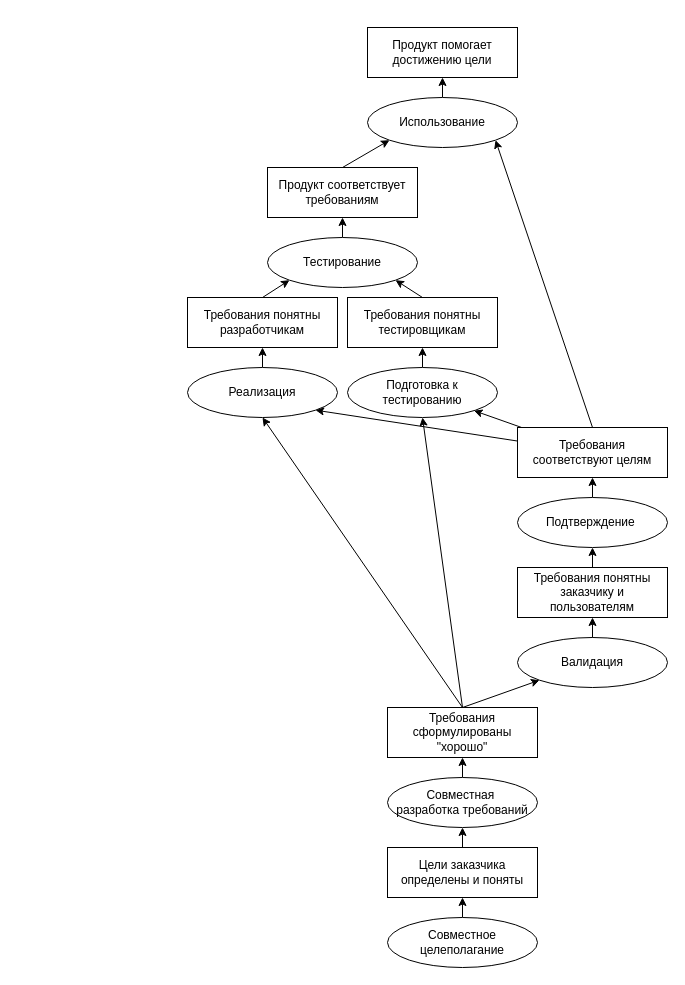
Above: success-history.drawio in chaetal/why-test-first (draw.io), before the change. Source tidied: cells renumbered, new cells numbered last; positions are measured from the earlier drawing's top-left corner, leaving out a move shared by most shapes. Both pictures are drawn from the tidied source at 100%, with x=0, y=0 at pixel (187, 27).
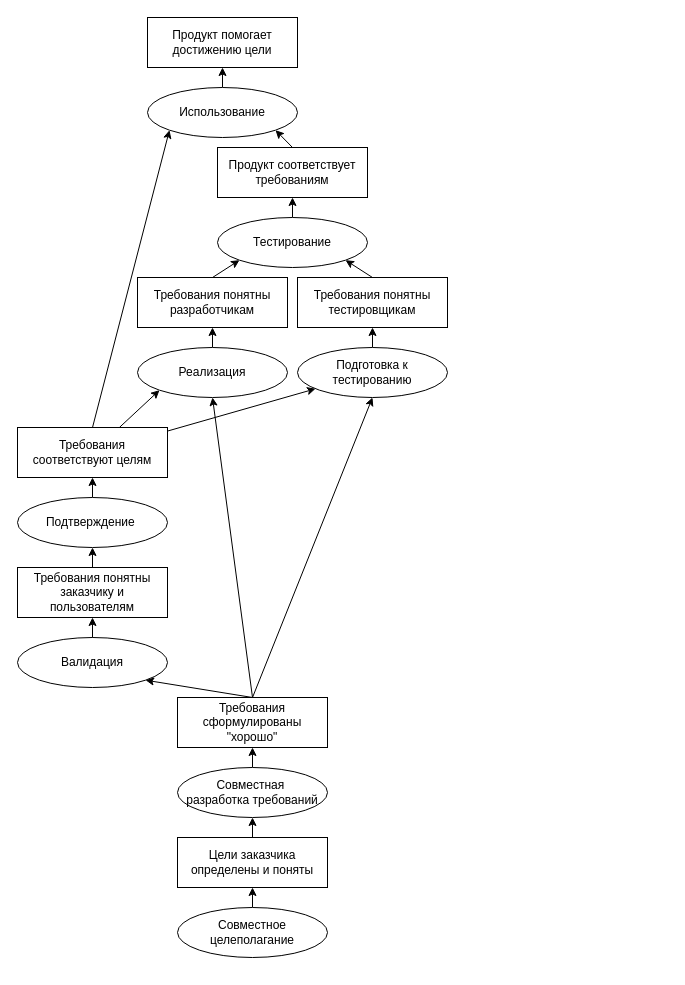
The same page after the edit.

The edit, as a diff of the source:
```diff
@@
     <mxCell id="2" value="Продукт соответствует требованиям" style="rounded=0;whiteSpace=wrap;html=1;" parent="1" vertex="1">
-      <mxGeometry x="80" y="140" width="150" height="50" as="geometry" />
+      <mxGeometry x="30" y="120" width="150" height="50" as="geometry" />
     </mxCell>
@@
-    <mxCell id="4" style="rounded=0;jettySize=auto;html=1;entryX=1;entryY=1;entryDx=0;entryDy=0;" parent="1" edge="1" source="5" target="26">
+    <mxCell id="4" style="rounded=0;jettySize=auto;html=1;entryX=0;entryY=1;entryDx=0;entryDy=0;" parent="1" edge="1" source="5" target="26">
       <mxGeometry relative="1" as="geometry" />
     </mxCell>
     <mxCell id="5" value="Требования соответствуют целям" style="rounded=0;whiteSpace=wrap;html=1;" parent="1" vertex="1">
-      <mxGeometry x="330" y="400" width="150" height="50" as="geometry" />
+      <mxGeometry x="-170" y="400" width="150" height="50" as="geometry" />
     </mxCell>
@@
     <mxCell id="7" value="Требования понятны разработчикам" style="whiteSpace=wrap;html=1;" parent="1" vertex="1">
-      <mxGeometry y="270" width="150" height="50" as="geometry" />
+      <mxGeometry x="-50" y="250" width="150" height="50" as="geometry" />
     </mxCell>
@@
     <mxCell id="9" value="Требования понятны тестировщикам" style="whiteSpace=wrap;html=1;" parent="1" vertex="1">
-      <mxGeometry x="160" y="270" width="150" height="50" as="geometry" />
+      <mxGeometry x="110" y="250" width="150" height="50" as="geometry" />
     </mxCell>
@@
-    <mxCell id="12" style="rounded=0;jettySize=auto;html=1;exitX=0.5;exitY=0;exitDx=0;exitDy=0;entryX=0;entryY=1;entryDx=0;entryDy=0;" parent="1" edge="1" source="13" target="32">
+    <mxCell id="12" style="rounded=0;jettySize=auto;html=1;exitX=0.5;exitY=0;exitDx=0;exitDy=0;entryX=1;entryY=1;entryDx=0;entryDy=0;" parent="1" edge="1" source="13" target="32">
       <mxGeometry relative="1" as="geometry" />
     </mxCell>
     <mxCell id="13" value="Требования сформулированы &quot;хорошо&quot;" style="whiteSpace=wrap;html=1;" parent="1" vertex="1">
-      <mxGeometry x="200" y="680" width="150" height="50" as="geometry" />
+      <mxGeometry x="-10" y="670" width="150" height="50" as="geometry" />
     </mxCell>
@@
     <mxCell id="15" value="Цели заказчика определены и поняты" style="whiteSpace=wrap;html=1;" parent="1" vertex="1">
-      <mxGeometry x="200" y="820" width="150" height="50" as="geometry" />
+      <mxGeometry x="-10" y="810" width="150" height="50" as="geometry" />
     </mxCell>
     <mxCell id="16" value="Продукт помогает достижению цели" style="rounded=0;whiteSpace=wrap;html=1;" parent="1" vertex="1">
-      <mxGeometry x="180" width="150" height="50" as="geometry" />
+      <mxGeometry x="-40" y="-10" width="150" height="50" as="geometry" />
     </mxCell>
-    <mxCell id="17" style="endArrow=classic;html=1;rounded=0;exitX=0.5;exitY=0;exitDx=0;exitDy=0;entryX=0;entryY=1;entryDx=0;entryDy=0;" parent="1" edge="1" source="2" target="20">
+    <mxCell id="17" style="endArrow=classic;html=1;rounded=0;exitX=0.5;exitY=0;exitDx=0;exitDy=0;entryX=1;entryY=1;entryDx=0;entryDy=0;" parent="1" edge="1" source="2" target="20">
       <mxGeometry relative="1" as="geometry" />
     </mxCell>
-    <mxCell id="18" style="endArrow=classic;html=1;rounded=0;exitX=0.5;exitY=0;exitDx=0;exitDy=0;entryX=1;entryY=1;entryDx=0;entryDy=0;" parent="1" edge="1" source="5" target="20">
+    <mxCell id="18" style="endArrow=classic;html=1;rounded=0;exitX=0.5;exitY=0;exitDx=0;exitDy=0;entryX=0;entryY=1;entryDx=0;entryDy=0;" parent="1" edge="1" source="5" target="20">
       <mxGeometry relative="1" as="geometry" />
     </mxCell>
@@
     <mxCell id="20" value="Использование" style="ellipse;whiteSpace=wrap;html=1;" parent="1" vertex="1">
-      <mxGeometry x="180" y="70" width="150" height="50" as="geometry" />
+      <mxGeometry x="-40" y="60" width="150" height="50" as="geometry" />
     </mxCell>
@@
     <mxCell id="22" value="Тестирование" style="ellipse;whiteSpace=wrap;html=1;" parent="1" vertex="1">
-      <mxGeometry x="80" y="210" width="150" height="50" as="geometry" />
+      <mxGeometry x="30" y="190" width="150" height="50" as="geometry" />
     </mxCell>
@@
     <mxCell id="24" value="Подтверждение&amp;nbsp;" style="ellipse;whiteSpace=wrap;html=1;" parent="1" vertex="1">
-      <mxGeometry x="330" y="470" width="150" height="50" as="geometry" />
+      <mxGeometry x="-170" y="470" width="150" height="50" as="geometry" />
     </mxCell>
@@
     <mxCell id="26" value="Реализация" style="ellipse;whiteSpace=wrap;html=1;" parent="1" vertex="1">
-      <mxGeometry y="340" width="150" height="50" as="geometry" />
+      <mxGeometry x="-50" y="320" width="150" height="50" as="geometry" />
     </mxCell>
@@
     <mxCell id="28" value="Подготовка к тестированию" style="ellipse;whiteSpace=wrap;html=1;" parent="1" vertex="1">
-      <mxGeometry x="160" y="340" width="150" height="50" as="geometry" />
+      <mxGeometry x="110" y="320" width="150" height="50" as="geometry" />
     </mxCell>
@@
     <mxCell id="31" value="Требования понятны заказчику и пользователям" style="rounded=0;whiteSpace=wrap;html=1;" parent="1" vertex="1">
-      <mxGeometry x="330" y="540" width="150" height="50" as="geometry" />
+      <mxGeometry x="-170" y="540" width="150" height="50" as="geometry" />
     </mxCell>
     <mxCell id="32" value="Валидация" style="ellipse;whiteSpace=wrap;html=1;" parent="1" vertex="1">
-      <mxGeometry x="330" y="610" width="150" height="50" as="geometry" />
+      <mxGeometry x="-170" y="610" width="150" height="50" as="geometry" />
     </mxCell>
@@
     <mxCell id="34" value="Совместная&amp;nbsp;&lt;div&gt;разработка&amp;nbsp;&lt;span style=&quot;background-color: initial;&quot;&gt;требований&lt;/span&gt;&lt;/div&gt;" style="ellipse;whiteSpace=wrap;html=1;" parent="1" vertex="1">
-      <mxGeometry x="200" y="750" width="150" height="50" as="geometry" />
+      <mxGeometry x="-10" y="740" width="150" height="50" as="geometry" />
     </mxCell>
@@
     <mxCell id="36" value="Совместное целеполаган&lt;span style=&quot;background-color: initial;&quot;&gt;ие&lt;/span&gt;" style="ellipse;whiteSpace=wrap;html=1;" parent="1" vertex="1">
-      <mxGeometry x="200" y="890" width="150" height="50" as="geometry" />
+      <mxGeometry x="-10" y="880" width="150" height="50" as="geometry" />
     </mxCell>
+    <mxCell id="37" style="edgeStyle=orthogonalEdgeStyle;rounded=0;orthogonalLoop=1;jettySize=auto;html=1;exitX=0.5;exitY=1;exitDx=0;exitDy=0;" parent="1" edge="1" source="13" target="13">
+      <mxGeometry relative="1" as="geometry" />
+    </mxCell>
```
